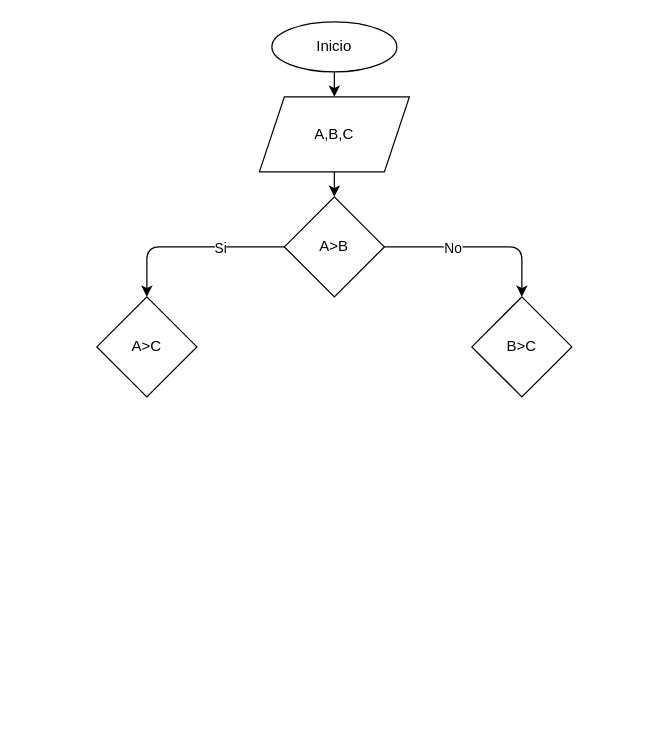
Above: Ejercicio_5/diagrama.drawio in JuanManuelDiazOchoa680/Taller-condicionales (draw.io), before the change. Source tidied: cells renumbered, new cells numbered last; positions are measured from the earlier drawing's top-left corner, leaving out a move shared by most shapes. Both pictures are drawn from the tidied source at 125%, with x=0, y=0 at pixel (96, 21).
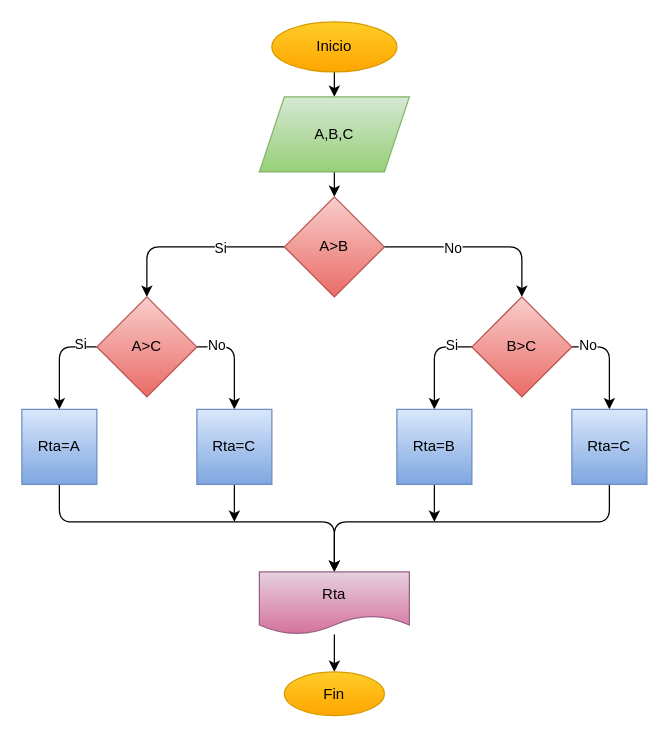
The same diagram, later.

What changed in the source:
```diff
@@
-    <mxCell id="3" value="Inicio" style="ellipse;whiteSpace=wrap;html=1;" parent="1" vertex="1">
+    <mxCell id="3" value="Inicio" style="ellipse;whiteSpace=wrap;html=1;fillColor=#ffcd28;gradientColor=#ffa500;strokeColor=#d79b00;" parent="1" vertex="1">
       <mxGeometry x="140" width="100" height="40" as="geometry" />
     </mxCell>
@@
-    <mxCell id="5" value="A,B,C" style="shape=parallelogram;perimeter=parallelogramPerimeter;whiteSpace=wrap;html=1;fixedSize=1;" parent="1" vertex="1">
+    <mxCell id="5" value="A,B,C" style="shape=parallelogram;perimeter=parallelogramPerimeter;whiteSpace=wrap;html=1;fixedSize=1;fillColor=#d5e8d4;gradientColor=#97d077;strokeColor=#82b366;" parent="1" vertex="1">
       <mxGeometry x="130" y="60" width="120" height="60" as="geometry" />
     </mxCell>
@@
-    <mxCell id="10" value="A&amp;gt;B" style="rhombus;whiteSpace=wrap;html=1;" parent="1" vertex="1">
+    <mxCell id="10" value="A&amp;gt;B" style="rhombus;whiteSpace=wrap;html=1;fillColor=#f8cecc;gradientColor=#ea6b66;strokeColor=#b85450;" parent="1" vertex="1">
       <mxGeometry x="150" y="140" width="80" height="80" as="geometry" />
     </mxCell>
+    <mxCell id="13" style="edgeStyle=none;html=1;" parent="1" edge="1" source="11" target="26">
+      <mxGeometry relative="1" as="geometry">
+        <Array as="points">
+          <mxPoint x="270" y="260" />
+        </Array>
+      </mxGeometry>
+    </mxCell>
+    <mxCell id="14" value="Si" style="edgeLabel;html=1;align=center;verticalAlign=middle;" parent="13" vertex="1">
+      <mxGeometry x="-0.57" y="-2" relative="1" as="geometry" />
+    </mxCell>
+    <mxCell id="15" style="edgeStyle=none;html=1;" parent="1" edge="1" source="11" target="28">
+      <mxGeometry relative="1" as="geometry">
+        <Array as="points">
+          <mxPoint x="410" y="260" />
+        </Array>
+      </mxGeometry>
+    </mxCell>
+    <mxCell id="16" value="No" style="edgeLabel;html=1;align=center;verticalAlign=middle;" parent="15" vertex="1">
+      <mxGeometry x="-0.7" y="-3" relative="1" as="geometry">
+        <mxPoint y="-5" as="offset" />
+      </mxGeometry>
+    </mxCell>
-    <mxCell id="11" value="B&amp;gt;C" style="rhombus;whiteSpace=wrap;html=1;" parent="1" vertex="1">
+    <mxCell id="11" value="B&amp;gt;C" style="rhombus;whiteSpace=wrap;html=1;fillColor=#f8cecc;gradientColor=#ea6b66;strokeColor=#b85450;" parent="1" vertex="1">
       <mxGeometry x="300" y="220" width="80" height="80" as="geometry" />
     </mxCell>
+    <mxCell id="17" style="edgeStyle=none;html=1;" parent="1" edge="1" source="12" target="22">
+      <mxGeometry relative="1" as="geometry">
+        <Array as="points">
+          <mxPoint x="-30" y="260" />
+        </Array>
+      </mxGeometry>
+    </mxCell>
+    <mxCell id="18" value="Si" style="edgeLabel;html=1;align=center;verticalAlign=middle;" parent="17" vertex="1">
+      <mxGeometry x="-0.65" y="-3" relative="1" as="geometry" />
+    </mxCell>
+    <mxCell id="19" style="edgeStyle=none;html=1;" parent="1" edge="1" source="12" target="24">
+      <mxGeometry relative="1" as="geometry">
+        <Array as="points">
+          <mxPoint x="110" y="260" />
+        </Array>
+      </mxGeometry>
+    </mxCell>
+    <mxCell id="20" value="No" style="edgeLabel;html=1;align=center;verticalAlign=middle;" parent="19" vertex="1">
+      <mxGeometry x="-0.62" y="2" relative="1" as="geometry" />
+    </mxCell>
-    <mxCell id="12" value="A&amp;gt;C" style="rhombus;whiteSpace=wrap;html=1;" parent="1" vertex="1">
+    <mxCell id="12" value="A&amp;gt;C" style="rhombus;whiteSpace=wrap;html=1;fillColor=#f8cecc;gradientColor=#ea6b66;strokeColor=#b85450;" parent="1" vertex="1">
       <mxGeometry y="220" width="80" height="80" as="geometry" />
     </mxCell>
+    <mxCell id="21" style="edgeStyle=none;html=1;" parent="1" edge="1" source="22" target="30">
+      <mxGeometry relative="1" as="geometry">
+        <Array as="points">
+          <mxPoint x="-30" y="400" />
+          <mxPoint x="190" y="400" />
+        </Array>
+      </mxGeometry>
+    </mxCell>
+    <mxCell id="22" value="Rta=A" style="whiteSpace=wrap;html=1;fillColor=#dae8fc;gradientColor=#7ea6e0;strokeColor=#6c8ebf;" parent="1" vertex="1">
+      <mxGeometry x="-60" y="310" width="60" height="60" as="geometry" />
+    </mxCell>
+    <mxCell id="23" style="edgeStyle=none;html=1;" parent="1" edge="1" source="24">
+      <mxGeometry relative="1" as="geometry">
+        <mxPoint x="110" y="400" as="targetPoint" />
+      </mxGeometry>
+    </mxCell>
+    <mxCell id="24" value="Rta=C" style="whiteSpace=wrap;html=1;fillColor=#dae8fc;gradientColor=#7ea6e0;strokeColor=#6c8ebf;" parent="1" vertex="1">
+      <mxGeometry x="80" y="310" width="60" height="60" as="geometry" />
+    </mxCell>
+    <mxCell id="25" style="edgeStyle=none;html=1;" parent="1" edge="1" source="26">
+      <mxGeometry relative="1" as="geometry">
+        <mxPoint x="270" y="400" as="targetPoint" />
+      </mxGeometry>
+    </mxCell>
+    <mxCell id="26" value="Rta=B" style="whiteSpace=wrap;html=1;fillColor=#dae8fc;gradientColor=#7ea6e0;strokeColor=#6c8ebf;" parent="1" vertex="1">
+      <mxGeometry x="240" y="310" width="60" height="60" as="geometry" />
+    </mxCell>
+    <mxCell id="27" style="edgeStyle=none;html=1;entryX=0.5;entryY=0;entryDx=0;entryDy=0;" parent="1" edge="1" source="28" target="30">
+      <mxGeometry relative="1" as="geometry">
+        <Array as="points">
+          <mxPoint x="410" y="400" />
+          <mxPoint x="190" y="400" />
+        </Array>
+      </mxGeometry>
+    </mxCell>
+    <mxCell id="28" value="Rta=C" style="whiteSpace=wrap;html=1;fillColor=#dae8fc;gradientColor=#7ea6e0;strokeColor=#6c8ebf;" parent="1" vertex="1">
+      <mxGeometry x="380" y="310" width="60" height="60" as="geometry" />
+    </mxCell>
+    <mxCell id="29" style="edgeStyle=none;html=1;" parent="1" edge="1" source="30" target="31">
+      <mxGeometry relative="1" as="geometry" />
+    </mxCell>
+    <mxCell id="30" value="Rta" style="shape=document;whiteSpace=wrap;html=1;boundedLbl=1;fillColor=#e6d0de;gradientColor=#d5739d;strokeColor=#996185;" parent="1" vertex="1">
+      <mxGeometry x="130" y="440" width="120" height="50" as="geometry" />
+    </mxCell>
+    <mxCell id="31" value="Fin" style="ellipse;whiteSpace=wrap;html=1;fillColor=#ffcd28;gradientColor=#ffa500;strokeColor=#d79b00;" parent="1" vertex="1">
+      <mxGeometry x="150" y="520" width="80" height="35" as="geometry" />
+    </mxCell>
```
